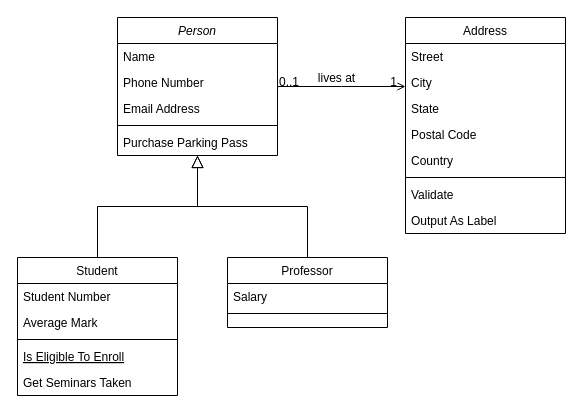
26radit/radit keeps this draw.io diagram as class diagram.drawio. Above is the earlier version. Source tidied: cells renumbered, new cells numbered last; positions are measured from the earlier drawing's top-left corner, leaving out a move shared by most shapes. Both pictures are drawn from the tidied source at 100%, with x=0, y=0 at pixel (17, 17).
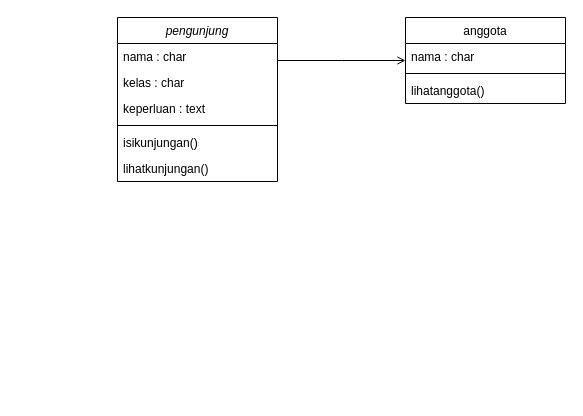
After the change.

Unchanged cells that the change refers to:
```xml
<mxCell id="28" style="endArrow=open;shadow=0;strokeWidth=1;rounded=0;endFill=1;edgeStyle=elbowEdgeStyle;elbow=vertical;" parent="1" edge="1" source="2" target="19">
  <mxGeometry x="0.5" y="41" relative="1" as="geometry">
    <mxPoint x="-40" y="32" as="offset" />
  </mxGeometry>
</mxCell>
```

Change to the diagram source:
```diff
@@
-    <mxCell id="2" value="Person" style="swimlane;fontStyle=2;align=center;verticalAlign=top;horizontal=1;startSize=26;rounded=0;shadow=0;strokeWidth=1;" parent="1" vertex="1">
-      <mxGeometry x="100" width="160" height="138" as="geometry" />
+    <mxCell id="2" value="pengunjung" style="swimlane;fontStyle=2;align=center;verticalAlign=top;horizontal=1;startSize=26;rounded=0;shadow=0;strokeWidth=1;" parent="1" vertex="1">
+      <mxGeometry x="100" width="160" height="164" as="geometry" />
     </mxCell>
-    <mxCell id="3" value="Name" style="text;align=left;verticalAlign=top;spacingLeft=4;spacingRight=4;overflow=hidden;" parent="2" vertex="1">
+    <mxCell id="3" value="nama : char" style="text;align=left;verticalAlign=top;spacingLeft=4;spacingRight=4;overflow=hidden;" parent="2" vertex="1">
       <mxGeometry y="26" width="160" height="26" as="geometry" />
     </mxCell>
-    <mxCell id="4" value="Phone Number" style="text;align=left;verticalAlign=top;spacingLeft=4;spacingRight=4;overflow=hidden;rounded=0;shadow=0;html=0;" parent="2" vertex="1">
+    <mxCell id="4" value="kelas : char" style="text;align=left;verticalAlign=top;spacingLeft=4;spacingRight=4;overflow=hidden;rounded=0;shadow=0;html=0;" parent="2" vertex="1">
       <mxGeometry y="52" width="160" height="26" as="geometry" />
     </mxCell>
-    <mxCell id="5" value="Email Address" style="text;align=left;verticalAlign=top;spacingLeft=4;spacingRight=4;overflow=hidden;rounded=0;shadow=0;html=0;" parent="2" vertex="1">
+    <mxCell id="5" value="keperluan : text" style="text;align=left;verticalAlign=top;spacingLeft=4;spacingRight=4;overflow=hidden;rounded=0;shadow=0;html=0;" parent="2" vertex="1">
       <mxGeometry y="78" width="160" height="26" as="geometry" />
     </mxCell>
@@
-    <mxCell id="7" value="Purchase Parking Pass" style="text;align=left;verticalAlign=top;spacingLeft=4;spacingRight=4;overflow=hidden;" parent="2" vertex="1">
+    <mxCell id="7" value="isikunjungan()" style="text;align=left;verticalAlign=top;spacingLeft=4;spacingRight=4;overflow=hidden;" parent="2" vertex="1">
       <mxGeometry y="112" width="160" height="26" as="geometry" />
     </mxCell>
-    <mxCell id="8" value="Student" style="swimlane;fontStyle=0;align=center;verticalAlign=top;horizontal=1;startSize=26;rounded=0;shadow=0;strokeWidth=1;" parent="1" vertex="1">
-      <mxGeometry y="240" width="160" height="138" as="geometry" />
-    </mxCell>
-    <mxCell id="9" value="Student Number" style="text;align=left;verticalAlign=top;spacingLeft=4;spacingRight=4;overflow=hidden;" parent="8" vertex="1">
-      <mxGeometry y="26" width="160" height="26" as="geometry" />
-    </mxCell>
-    <mxCell id="10" value="Average Mark" style="text;align=left;verticalAlign=top;spacingLeft=4;spacingRight=4;overflow=hidden;rounded=0;shadow=0;html=0;" parent="8" vertex="1">
-      <mxGeometry y="52" width="160" height="26" as="geometry" />
-    </mxCell>
-    <mxCell id="11" style="line;html=1;strokeWidth=1;align=left;verticalAlign=middle;spacingTop=-1;spacingLeft=3;spacingRight=3;labelPosition=right;" parent="8" vertex="1">
-      <mxGeometry y="78" width="160" height="8" as="geometry" />
-    </mxCell>
-    <mxCell id="12" value="Is Eligible To Enroll" style="text;align=left;verticalAlign=top;spacingLeft=4;spacingRight=4;overflow=hidden;fontStyle=4;" parent="8" vertex="1">
-      <mxGeometry y="86" width="160" height="26" as="geometry" />
-    </mxCell>
-    <mxCell id="13" value="Get Seminars Taken" style="text;align=left;verticalAlign=top;spacingLeft=4;spacingRight=4;overflow=hidden;" parent="8" vertex="1">
-      <mxGeometry y="112" width="160" height="26" as="geometry" />
-    </mxCell>
-    <mxCell id="14" style="endArrow=block;endSize=10;endFill=0;shadow=0;strokeWidth=1;rounded=0;edgeStyle=elbowEdgeStyle;elbow=vertical;" parent="1" edge="1" source="8" target="2">
-      <mxGeometry relative="1" as="geometry" />
-    </mxCell>
-    <mxCell id="15" value="Professor" style="swimlane;fontStyle=0;align=center;verticalAlign=top;horizontal=1;startSize=26;rounded=0;shadow=0;strokeWidth=1;" parent="1" vertex="1">
-      <mxGeometry x="210" y="240" width="160" height="70" as="geometry" />
-    </mxCell>
-    <mxCell id="16" value="Salary" style="text;align=left;verticalAlign=top;spacingLeft=4;spacingRight=4;overflow=hidden;" parent="15" vertex="1">
-      <mxGeometry y="26" width="160" height="26" as="geometry" />
-    </mxCell>
-    <mxCell id="17" style="line;html=1;strokeWidth=1;align=left;verticalAlign=middle;spacingTop=-1;spacingLeft=3;spacingRight=3;labelPosition=right;" parent="15" vertex="1">
-      <mxGeometry y="52" width="160" height="8" as="geometry" />
-    </mxCell>
-    <mxCell id="18" style="endArrow=block;endSize=10;endFill=0;shadow=0;strokeWidth=1;rounded=0;edgeStyle=elbowEdgeStyle;elbow=vertical;" parent="1" edge="1" source="15" target="2">
-      <mxGeometry relative="1" as="geometry" />
-    </mxCell>
+    <mxCell id="32" value="lihatkunjungan()" style="text;align=left;verticalAlign=top;spacingLeft=4;spacingRight=4;overflow=hidden;" parent="2" vertex="1">
+      <mxGeometry y="138" width="160" height="26" as="geometry" />
+    </mxCell>
-    <mxCell id="19" value="Address" style="swimlane;fontStyle=0;align=center;verticalAlign=top;horizontal=1;startSize=26;rounded=0;shadow=0;strokeWidth=1;" parent="1" vertex="1">
-      <mxGeometry x="388" width="160" height="216" as="geometry" />
+    <mxCell id="19" value="anggota" style="swimlane;fontStyle=0;align=center;verticalAlign=top;horizontal=1;startSize=26;rounded=0;shadow=0;strokeWidth=1;" parent="1" vertex="1">
+      <mxGeometry x="388" width="160" height="86" as="geometry" />
     </mxCell>
-    <mxCell id="20" value="Street" style="text;align=left;verticalAlign=top;spacingLeft=4;spacingRight=4;overflow=hidden;" parent="19" vertex="1">
+    <mxCell id="20" value="nama : char" style="text;align=left;verticalAlign=top;spacingLeft=4;spacingRight=4;overflow=hidden;" parent="19" vertex="1">
       <mxGeometry y="26" width="160" height="26" as="geometry" />
     </mxCell>
-    <mxCell id="21" value="City" style="text;align=left;verticalAlign=top;spacingLeft=4;spacingRight=4;overflow=hidden;rounded=0;shadow=0;html=0;" parent="19" vertex="1">
-      <mxGeometry y="52" width="160" height="26" as="geometry" />
-    </mxCell>
-    <mxCell id="22" value="State" style="text;align=left;verticalAlign=top;spacingLeft=4;spacingRight=4;overflow=hidden;rounded=0;shadow=0;html=0;" parent="19" vertex="1">
-      <mxGeometry y="78" width="160" height="26" as="geometry" />
-    </mxCell>
-    <mxCell id="23" value="Postal Code" style="text;align=left;verticalAlign=top;spacingLeft=4;spacingRight=4;overflow=hidden;rounded=0;shadow=0;html=0;" parent="19" vertex="1">
-      <mxGeometry y="104" width="160" height="26" as="geometry" />
-    </mxCell>
-    <mxCell id="24" value="Country" style="text;align=left;verticalAlign=top;spacingLeft=4;spacingRight=4;overflow=hidden;rounded=0;shadow=0;html=0;" parent="19" vertex="1">
-      <mxGeometry y="130" width="160" height="26" as="geometry" />
-    </mxCell>
     <mxCell id="25" style="line;html=1;strokeWidth=1;align=left;verticalAlign=middle;spacingTop=-1;spacingLeft=3;spacingRight=3;labelPosition=right;" parent="19" vertex="1">
-      <mxGeometry y="156" width="160" height="8" as="geometry" />
+      <mxGeometry y="52" width="160" height="8" as="geometry" />
     </mxCell>
-    <mxCell id="26" value="Validate" style="text;align=left;verticalAlign=top;spacingLeft=4;spacingRight=4;overflow=hidden;" parent="19" vertex="1">
-      <mxGeometry y="164" width="160" height="26" as="geometry" />
-    </mxCell>
-    <mxCell id="27" value="Output As Label" style="text;align=left;verticalAlign=top;spacingLeft=4;spacingRight=4;overflow=hidden;" parent="19" vertex="1">
-      <mxGeometry y="190" width="160" height="26" as="geometry" />
+    <mxCell id="27" value="lihatanggota()" style="text;align=left;verticalAlign=top;spacingLeft=4;spacingRight=4;overflow=hidden;" parent="19" vertex="1">
+      <mxGeometry y="60" width="160" height="26" as="geometry" />
     </mxCell>
@@
-    <mxCell id="29" value="0..1" style="align=left;verticalAlign=bottom;labelBackgroundColor=none;fontSize=12;" parent="28" vertex="1">
-      <mxGeometry x="-1" relative="1" as="geometry">
-        <mxPoint y="4" as="offset" />
-      </mxGeometry>
-    </mxCell>
-    <mxCell id="30" value="1" style="align=right;verticalAlign=bottom;labelBackgroundColor=none;fontSize=12;" parent="28" vertex="1">
-      <mxGeometry x="1" relative="1" as="geometry">
-        <mxPoint x="-7" y="4" as="offset" />
-      </mxGeometry>
-    </mxCell>
-    <mxCell id="31" value="lives at" style="text;html=1;align=center;verticalAlign=middle;labelBackgroundColor=none;rounded=0;shadow=0;strokeWidth=1;fontSize=12;" parent="28" vertex="1">
-      <mxGeometry x="0.5" y="49" relative="1" as="geometry">
-        <mxPoint x="-38" y="40" as="offset" />
-      </mxGeometry>
-    </mxCell>
```
